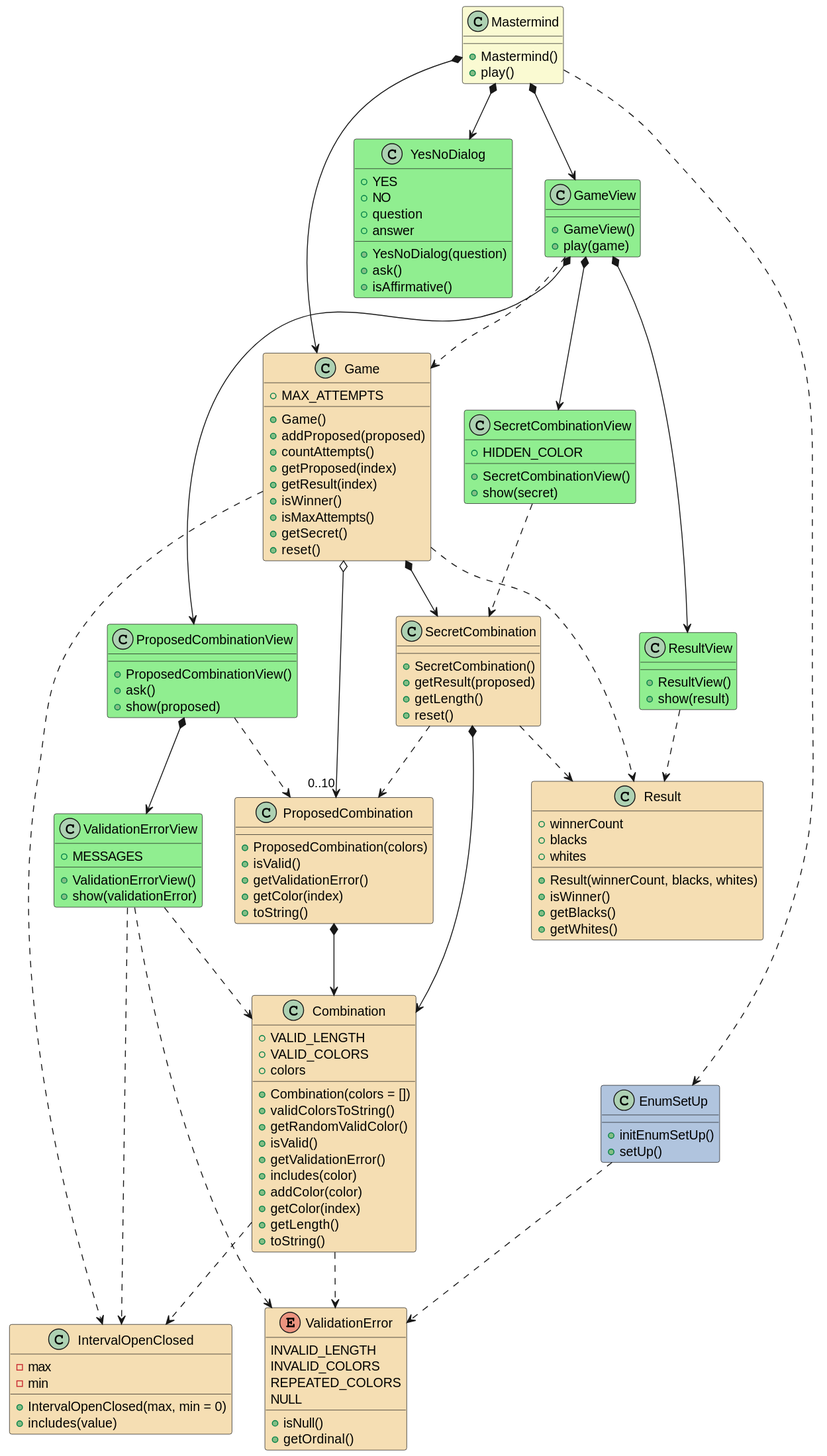
Before: out/docs/dev-resume/analysis/analysis.svg, a diagram exported from PlantUML (PabloMartinFluvia/myGame-mastermind).
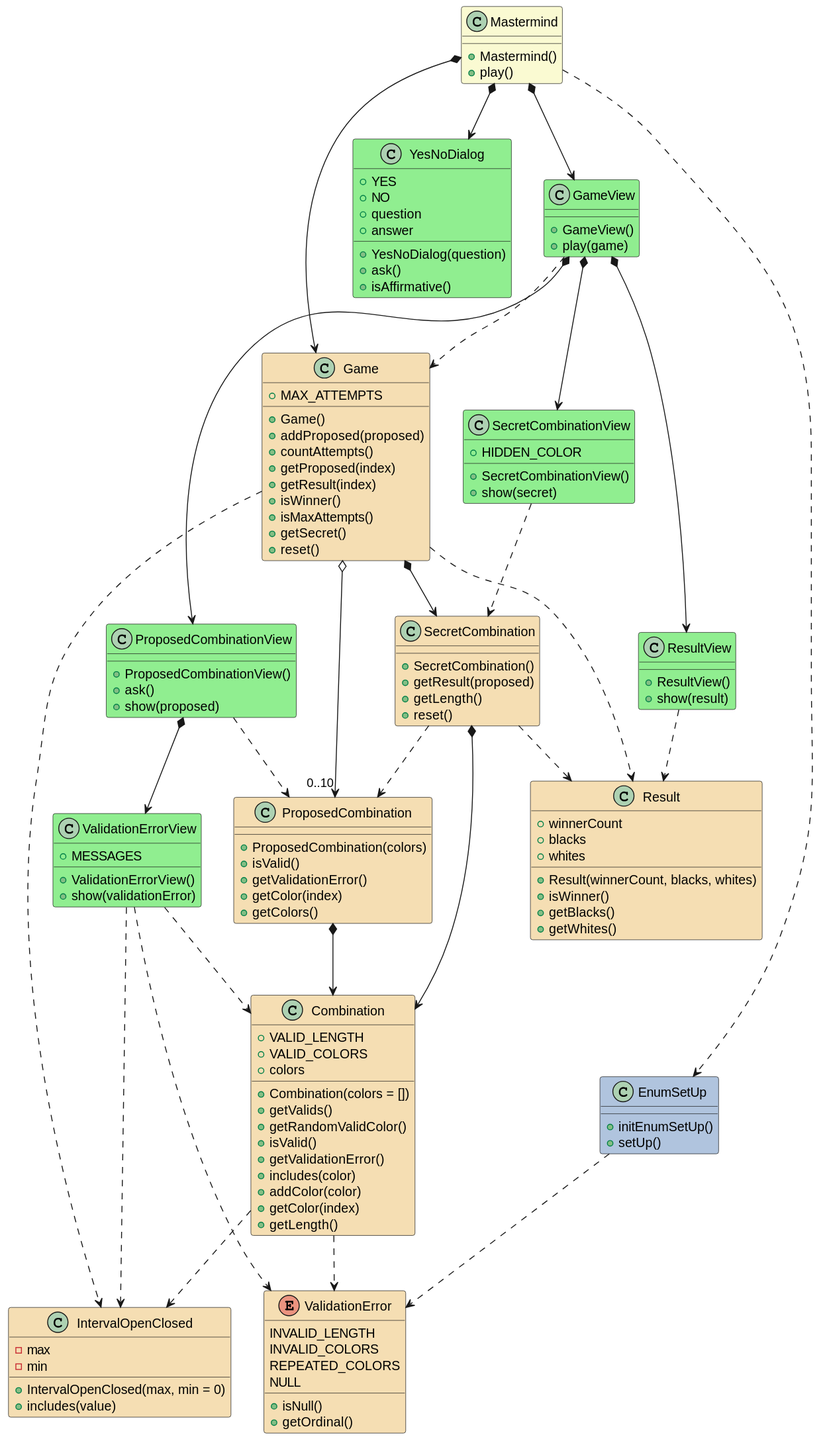
Later version of the same file.

Commit message:
task 7: removed toString methods in models

What changed in the source:
```diff
@@ -102,7 +102,7 @@
     + colors
 
     + Combination(colors = [])
-    + validColorsToString()
+    + getValids()
     + getRandomValidColor()
     + isValid()
     + getValidationError()
@@ -110,7 +110,6 @@
     + addColor(color)
     + getColor(index)
     + getLength()
-    + toString()
 }
 Combination .down.> ValidationError
 Combination ..> IntervalOpenClosed
@@ -131,7 +130,7 @@
     + isValid()
     + getValidationError()
     + getColor(index)
-    + toString()
+    + getColors()
 }
 ProposedCombination *-down-> Combination
 
```
